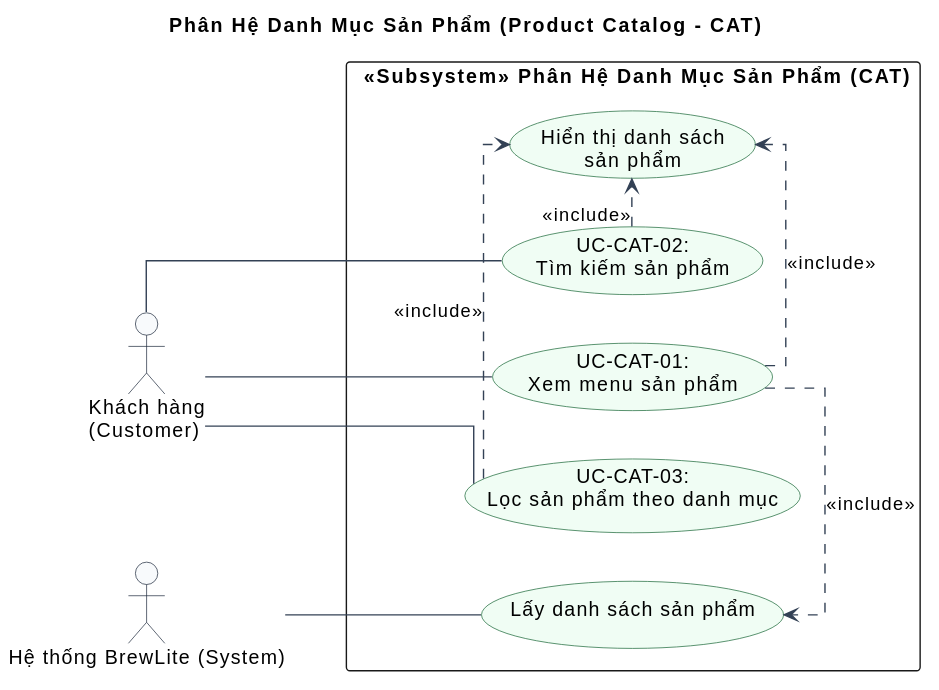
The PlantUML diagram docs/product-catalog/usecase-product-catalog.svg in ChienPM-27/BrewLite_02, before a commit. Its diagram source:
```plantuml
@startuml
title Phân Hệ Danh Mục Sản Phẩm (Product Catalog - CAT)

left to right direction
skinparam packageStyle rectangle
skinparam shadowing false
skinparam defaultFontName Arial
skinparam linetype ortho

skinparam actor {
    BackgroundColor #F8FAFC
    BorderColor #1E293B
}

skinparam usecase {
    BackgroundColor #F0FDF4
    BorderColor #166534
    ArrowColor #334155
}

actor "Khách hàng\n(Customer)" as Customer
actor "Hệ thống BrewLite (System)" as System
rectangle " «Subsystem» Phân Hệ Danh Mục Sản Phẩm (CAT)" {


        usecase "Lấy danh sách sản phẩm\n" as UC_GetProducts
        usecase "Hiển thị danh sách\nsản phẩm" as UC_Display

        usecase "UC-CAT-01:\nXem menu sản phẩm" as UC_ViewMenu
        usecase "UC-CAT-02:\nTìm kiếm sản phẩm" as UC_Search
        usecase "UC-CAT-03:\nLọc sản phẩm theo danh mục" as UC_Filter

    UC_ViewMenu .> UC_GetProducts : <<include>>
    UC_ViewMenu .> UC_Display : <<include>>

    UC_Search .> UC_Display : <<include>>
    UC_Filter .> UC_Display : <<include>>

}

Customer -- UC_ViewMenu
Customer -- UC_Search
Customer -- UC_Filter

System -- UC_GetProducts
@enduml
```
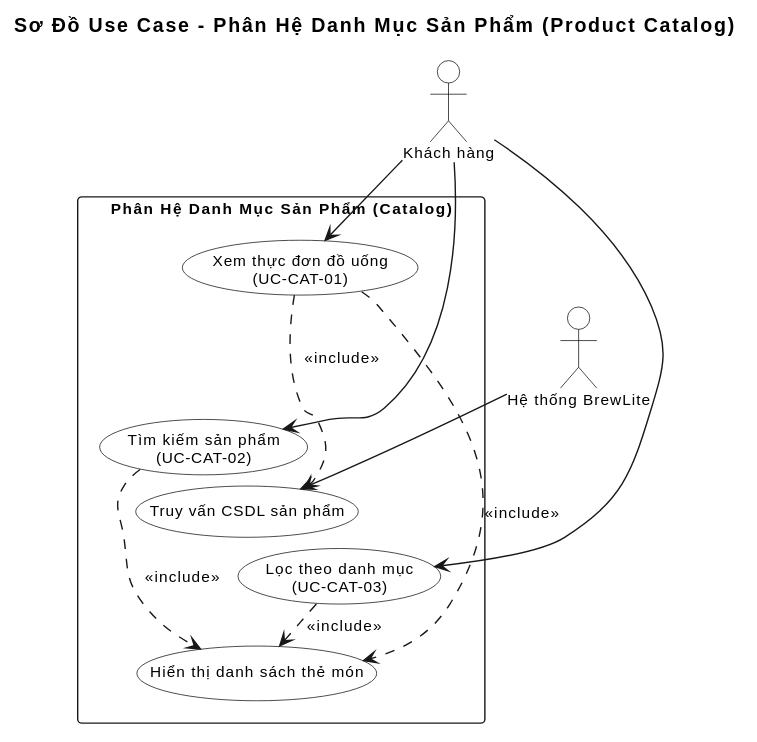
The same file after the commit.

The edit, as a diff of the source:
```diff
@@ -1,46 +1,45 @@
 @startuml
-title Phân Hệ Danh Mục Sản Phẩm (Product Catalog - CAT)
+title Sơ Đồ Use Case - Phân Hệ Danh Mục Sản Phẩm (Product Catalog)
 
-left to right direction
-skinparam packageStyle rectangle
+skinparam defaultFontName Arial
 skinparam shadowing false
-skinparam defaultFontName Arial
-skinparam linetype ortho
+skinparam roundcorner 6
+skinparam defaultFontSize 11
+skinparam nodesep 14
+skinparam ranksep 16
 
 skinparam actor {
-    BackgroundColor #F8FAFC
-    BorderColor #1E293B
+    BackgroundColor white
+    BorderColor black
+}
+skinparam usecase {
+    BackgroundColor white
+    BorderColor black
 }
 
-skinparam usecase {
-    BackgroundColor #F0FDF4
-    BorderColor #166534
-    ArrowColor #334155
+actor "Khách hàng" as Customer
+actor "Hệ thống BrewLite" as System
+
+rectangle "Phân Hệ Danh Mục Sản Phẩm (Catalog)" {
+    usecase "Xem thực đơn đồ uống\n(UC-CAT-01)" as UC_ViewMenu
+    usecase "Tìm kiếm sản phẩm\n(UC-CAT-02)" as UC_Search
+    usecase "Lọc theo danh mục\n(UC-CAT-03)" as UC_Filter
+    usecase "Truy vấn CSDL sản phẩm" as UC_GetProducts
+    usecase "Hiển thị danh sách thẻ món" as UC_Display
 }
 
-actor "Khách hàng\n(Customer)" as Customer
-actor "Hệ thống BrewLite (System)" as System
-rectangle " «Subsystem» Phân Hệ Danh Mục Sản Phẩm (CAT)" {
+Customer --> UC_ViewMenu
+Customer --> UC_Search
+Customer --> UC_Filter
 
+System --> UC_GetProducts
 
-        usecase "Lấy danh sách sản phẩm\n" as UC_GetProducts
-        usecase "Hiển thị danh sách\nsản phẩm" as UC_Display
+UC_ViewMenu ..> UC_GetProducts : <<include>>
+UC_ViewMenu ..> UC_Display : <<include>>
+UC_Search ..> UC_Display : <<include>>
+UC_Filter ..> UC_Display : <<include>>
 
-        usecase "UC-CAT-01:\nXem menu sản phẩm" as UC_ViewMenu
-        usecase "UC-CAT-02:\nTìm kiếm sản phẩm" as UC_Search
-        usecase "UC-CAT-03:\nLọc sản phẩm theo danh mục" as UC_Filter
-
-    UC_ViewMenu .> UC_GetProducts : <<include>>
-    UC_ViewMenu .> UC_Display : <<include>>
-
-    UC_Search .> UC_Display : <<include>>
-    UC_Filter .> UC_Display : <<include>>
-
-}
-
-Customer -- UC_ViewMenu
-Customer -- UC_Search
-Customer -- UC_Filter
-
-System -- UC_GetProducts
+UC_ViewMenu -[hidden]down-> UC_Search
+UC_Search -[hidden]down-> UC_Filter
+UC_GetProducts -[hidden]down-> UC_Display
 @enduml
```
